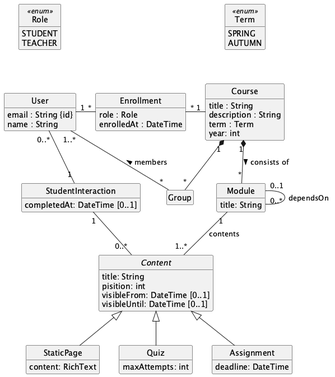
Before: projectDescription/classdiagram.png, a diagram exported from PlantUML (killi1812/learning-platform). The source it was exported from:
```plantuml
@startuml
hide circle
hide empty members
skinparam classAttributeIconSize 0
skinparam packageStyle rectangle
skinparam shadowing false

class User {
    email : String {id}
    name : String
}

enum Role <<enum>> {
    STUDENT
    TEACHER
}

class Enrollment {
    role : Role
    enrolledAt : DateTime
}

class Course {
    title : String
    description : String
    term : Term
    year: int
}

enum Term <<enum>> {
    SPRING
    AUTUMN
}

class Module {
    title: String
}

abstract class Content {
    title: String
    pisition: int
    visibleFrom: DateTime [0..1]
    visibleUntil: DateTime [0..1]
}

class StaticPage {
    content: RichText
}
class Quiz {
    maxAttempts: int
}
class Assignment {
    deadline: DateTime
}

class StudentInteraction {
    completedAt: DateTime [0..1]
}


User "1" -r- "*" Enrollment
Enrollment "*" -r- "1" Course
Course "1" *-d- "*" Module : consists of >
Course "1" *-d- "*" Group
Group "*" -u- "1..*" User : members >

Module "0..1" -- "0..*" Module : dependsOn
Module "1" -d- "1..*" Content : contents

StudentInteraction "1" -u- "0..*" User
StudentInteraction "1" -- "0..*" Content

StaticPage -u-|> Content
Quiz -u-|> Content
Assignment -u-|> Content

Role -[hidden]- User
Term -[hidden]- Course

@enduml
```
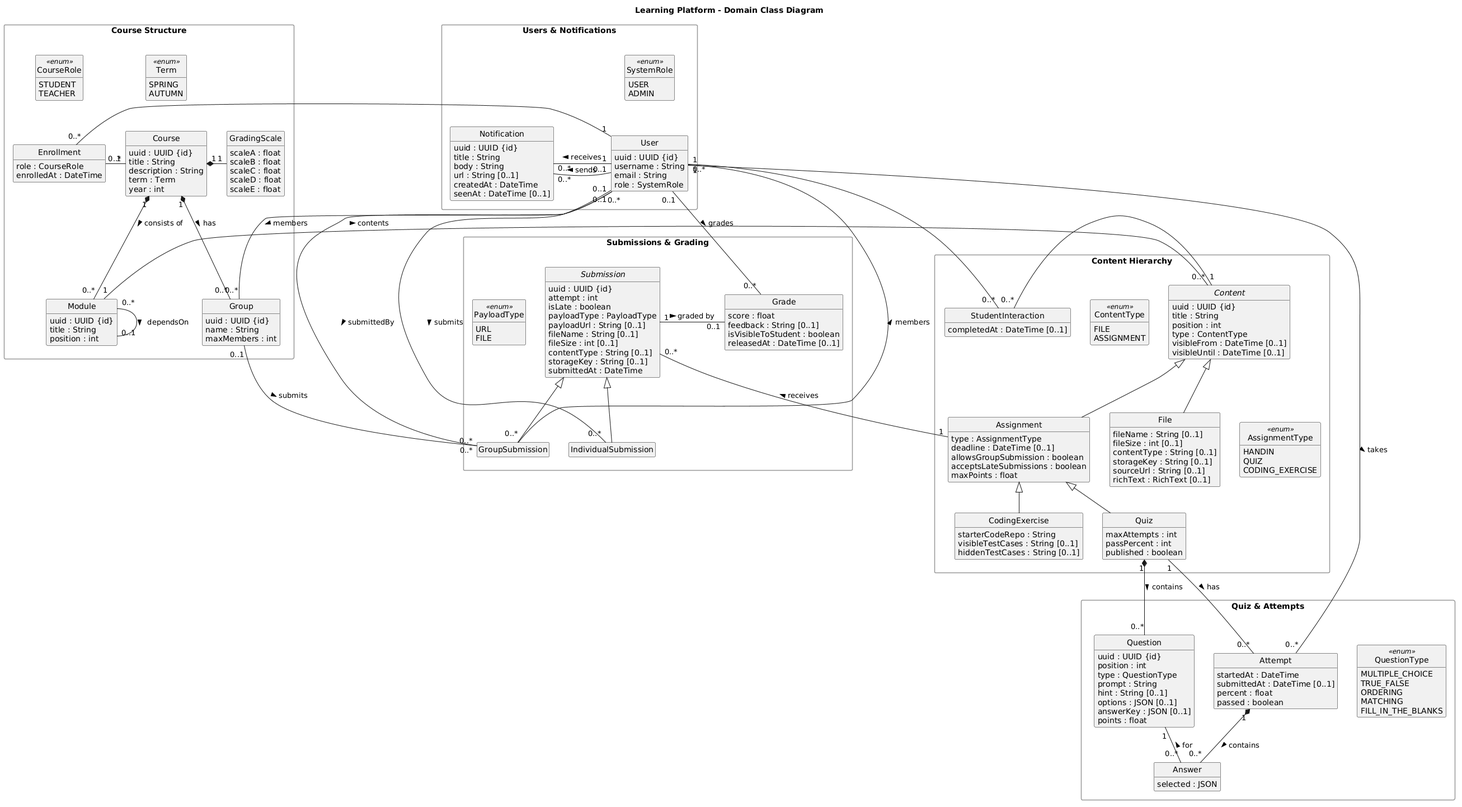
After the change.

Diff of the diagram source:
```diff
@@ -1,80 +1,260 @@
 @startuml
+title Learning Platform - Domain Class Diagram
 hide circle
 hide empty members
 skinparam classAttributeIconSize 0
 skinparam packageStyle rectangle
 skinparam shadowing false
+skinparam packageBorderColor #999999
+skinparam packageBackgroundColor #FAFAFA
+skinparam nodesep 35
+skinparam ranksep 45
 
-class User {
-    email : String {id}
-    name : String
+package "Users & Notifications" {
+  enum SystemRole <<enum>> {
+    USER
+    ADMIN
+  }
+
+  class User {
+    uuid : UUID {id}
+    username : String
+    email : String
+    role : SystemRole
+  }
+
+  class Notification {
+    uuid : UUID {id}
+    title : String
+    body : String
+    url : String [0..1]
+    createdAt : DateTime
+    seenAt : DateTime [0..1]
+  }
+
+  User "1" -l- "0..*" Notification : receives >
+  User "0..1" -l- "0..*" Notification : sends >
+  SystemRole -[hidden]- User
 }
 
-enum Role <<enum>> {
+package "Course Structure" {
+  enum CourseRole <<enum>> {
     STUDENT
     TEACHER
-}
+  }
 
-class Enrollment {
-    role : Role
+  enum Term <<enum>> {
+    SPRING
+    AUTUMN
+  }
+
+  class Enrollment {
+    role : CourseRole
     enrolledAt : DateTime
-}
+  }
 
-class Course {
+  class Course {
+    uuid : UUID {id}
     title : String
     description : String
     term : Term
-    year: int
+    year : int
+  }
+
+  class GradingScale {
+    scaleA : float
+    scaleB : float
+    scaleC : float
+    scaleD : float
+    scaleE : float
+  }
+
+  together {
+    class Group {
+      uuid : UUID {id}
+      name : String
+      maxMembers : int
+    }
+
+    class Module {
+      uuid : UUID {id}
+      title : String
+      position : int
+    }
+  }
+
+  Course "1" *-r- "1" GradingScale
+  Course "1" *-d- "0..*" Module : consists of >
+  Course "1" *-d- "0..*" Group : has >
+  Module "0..*" -- "0..1" Module : dependsOn >
+
+  CourseRole -[hidden]- Enrollment
+  Term -[hidden]- Course
 }
 
-enum Term <<enum>> {
-    SPRING
-    AUTUMN
+package "Content Hierarchy" {
+  enum ContentType <<enum>> {
+    FILE
+    ASSIGNMENT
+  }
+
+  enum AssignmentType <<enum>> {
+    HANDIN
+    QUIZ
+    CODING_EXERCISE
+  }
+
+  abstract class Content {
+    uuid : UUID {id}
+    title : String
+    position : int
+    type : ContentType
+    visibleFrom : DateTime [0..1]
+    visibleUntil : DateTime [0..1]
+  }
+
+  class StudentInteraction {
+    completedAt : DateTime [0..1]
+  }
+
+  together {
+    class File {
+      fileName : String [0..1]
+      fileSize : int [0..1]
+      contentType : String [0..1]
+      storageKey : String [0..1]
+      sourceUrl : String [0..1]
+      richText : RichText [0..1]
+    }
+
+    class Assignment {
+      type : AssignmentType
+      deadline : DateTime [0..1]
+      allowsGroupSubmission : boolean
+      acceptsLateSubmissions : boolean
+      maxPoints : float
+    }
+  }
+
+  together {
+    class CodingExercise {
+      starterCodeRepo : String
+      visibleTestCases : String [0..1]
+      hiddenTestCases : String [0..1]
+    }
+
+    class Quiz {
+      maxAttempts : int
+      passPercent : int
+      published : boolean
+    }
+  }
+
+  Content <|-- File
+  Content <|-- Assignment
+  Assignment <|-- CodingExercise
+  Assignment <|-- Quiz
+  StudentInteraction "0..*" -r- "1" Content
+
+  ContentType -[hidden]r- Content
+  Assignment -[hidden]r- AssignmentType
 }
 
-class Module {
-    title: String
+package "Quiz & Attempts" {
+  enum QuestionType <<enum>> {
+    MULTIPLE_CHOICE
+    TRUE_FALSE
+    ORDERING
+    MATCHING
+    FILL_IN_THE_BLANKS
+  }
+
+  together {
+    class Question {
+      uuid : UUID {id}
+      position : int
+      type : QuestionType
+      prompt : String
+      hint : String [0..1]
+      options : JSON [0..1]
+      answerKey : JSON [0..1]
+      points : float
+    }
+
+    class Attempt {
+      startedAt : DateTime
+      submittedAt : DateTime [0..1]
+      percent : float
+      passed : boolean
+    }
+  }
+
+  class Answer {
+    selected : JSON
+  }
+
+  Attempt "1" *-d- "0..*" Answer : contains >
+  Question "1" -d- "0..*" Answer : for <
+
+  QuestionType -[hidden]r- Question
 }
 
-abstract class Content {
-    title: String
-    pisition: int
-    visibleFrom: DateTime [0..1]
-    visibleUntil: DateTime [0..1]
+package "Submissions & Grading" {
+  enum PayloadType <<enum>> {
+    URL
+    FILE
+  }
+
+  abstract class Submission {
+    uuid : UUID {id}
+    attempt : int
+    isLate : boolean
+    payloadType : PayloadType
+    payloadUrl : String [0..1]
+    fileName : String [0..1]
+    fileSize : int [0..1]
+    contentType : String [0..1]
+    storageKey : String [0..1]
+    submittedAt : DateTime
+  }
+
+  together {
+    class IndividualSubmission {
+    }
+
+    class GroupSubmission {
+    }
+  }
+
+  class Grade {
+    score : float
+    feedback : String [0..1]
+    isVisibleToStudent : boolean
+    releasedAt : DateTime [0..1]
+  }
+
+  Submission <|-- IndividualSubmission
+  Submission <|-- GroupSubmission
+  Submission "1" -r- "0..1" Grade : graded by >
+
+  PayloadType -[hidden]r- Submission
 }
 
-class StaticPage {
-    content: RichText
-}
-class Quiz {
-    maxAttempts: int
-}
-class Assignment {
-    deadline: DateTime
-}
+User "1" -r- "0..*" Enrollment
+Enrollment "0..*" -r- "1" Course
+User "0..*" -- "0..*" Group : members >
+User "1" -d- "0..*" StudentInteraction
 
-class StudentInteraction {
-    completedAt: DateTime [0..1]
-}
+Module "1" -d- "0..*" Content : contents >
 
+Quiz "1" *-d- "0..*" Question : contains >
+Quiz "1" -d- "0..*" Attempt : has >
+User "1" -- "0..*" Attempt : takes >
 
-User "1" -r- "*" Enrollment
-Enrollment "*" -r- "1" Course
-Course "1" *-d- "*" Module : consists of >
-Course "1" *-d- "*" Group
-Group "*" -u- "1..*" User : members >
-
-Module "0..1" -- "0..*" Module : dependsOn
-Module "1" -d- "1..*" Content : contents
-
-StudentInteraction "1" -u- "0..*" User
-StudentInteraction "1" -- "0..*" Content
-
-StaticPage -u-|> Content
-Quiz -u-|> Content
-Assignment -u-|> Content
-
-Role -[hidden]- User
-Term -[hidden]- Course
-
+Assignment "1" -d- "0..*" Submission : receives >
+User "0..1" -- "0..*" IndividualSubmission : submits >
+Group "0..1" -- "0..*" GroupSubmission : submits >
+User "0..1" -- "0..*" GroupSubmission : submittedBy >
+GroupSubmission "0..*" -- "0..*" User : members >
+User "0..1" -- "0..*" Grade : grades >
 @enduml
```
